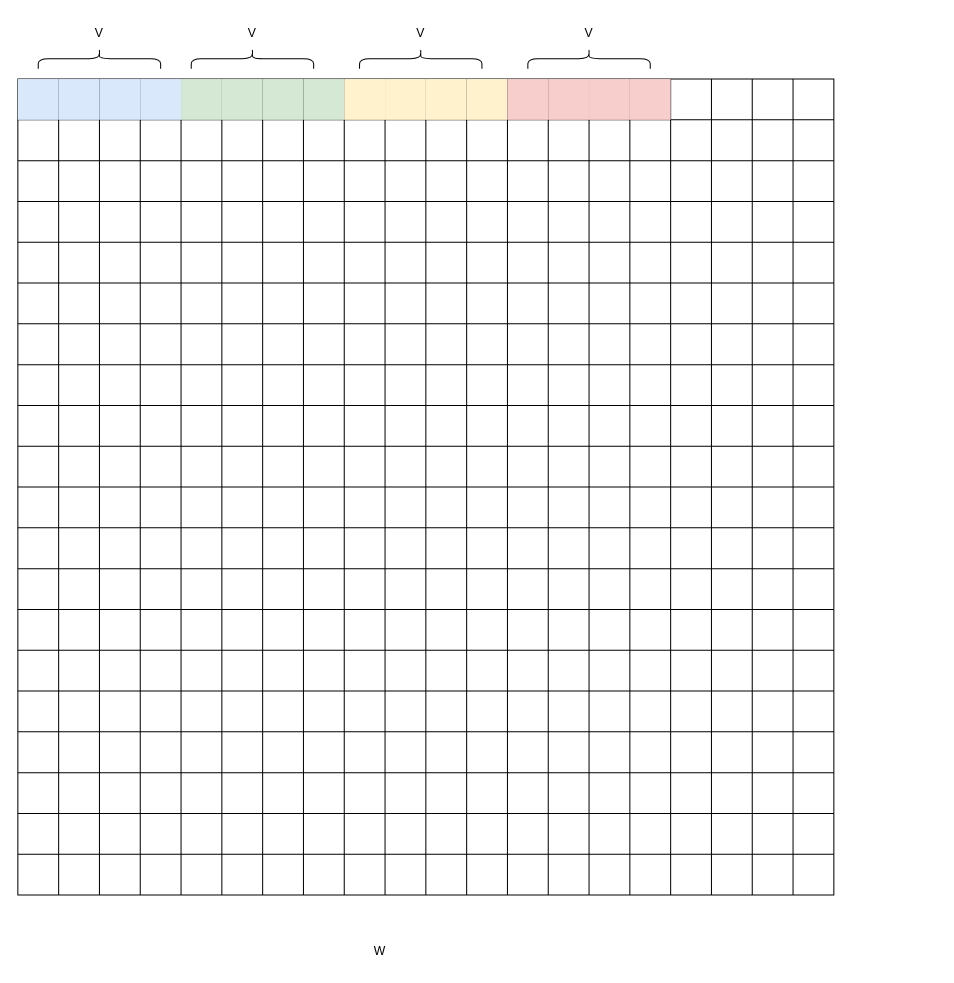
Before: page "MMV" (8 of 10) of Segformer.drawio in Devil-SX/draw-io, a draw.io diagram. Source tidied: cells renumbered, new cells numbered last; positions are measured from the earlier drawing's top-left corner, leaving out a move shared by most shapes. Both pictures are drawn from the tidied source at 102%, with x=0, y=0 at pixel (17, -3).
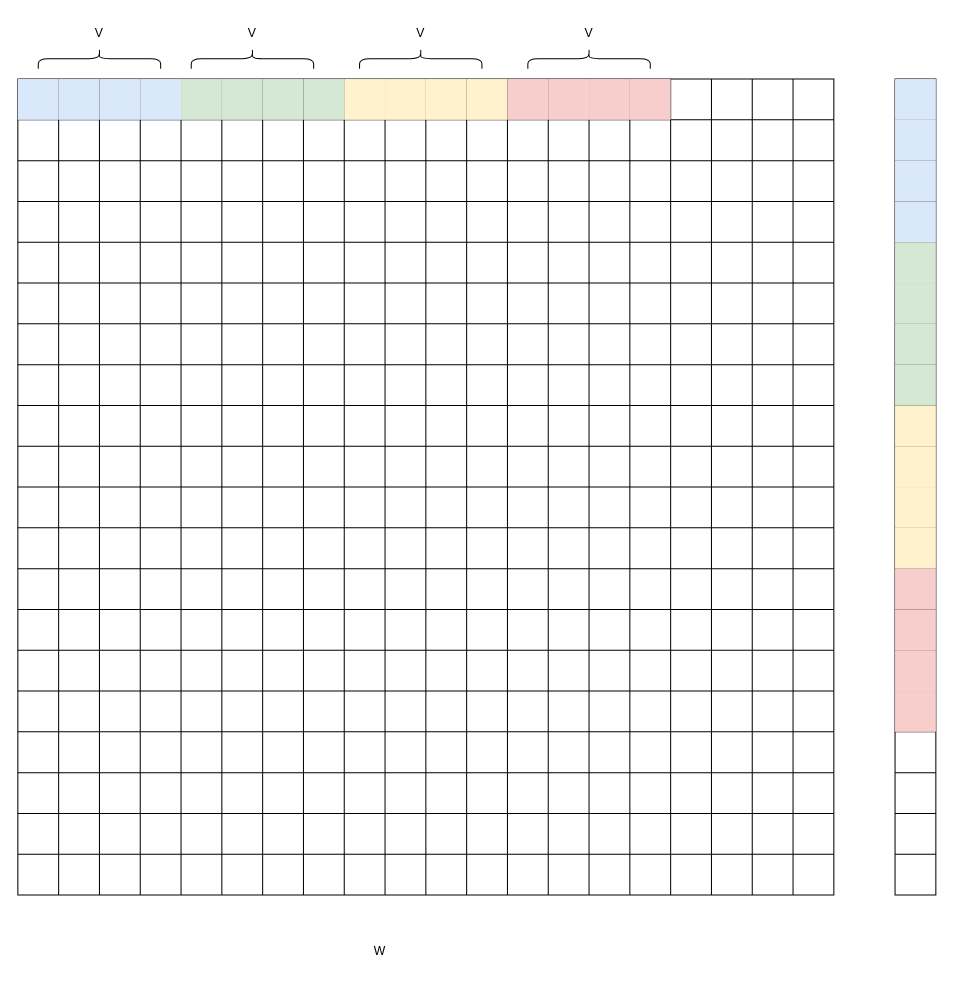
Above is the later version.

The edit, as a diff of the source:
```diff
@@
+    <mxCell id="432" style="shape=table;startSize=0;childLayout=tableLayout;" parent="1" vertex="1">
+      <mxGeometry x="860" y="80" width="40" height="800" as="geometry" />
+    </mxCell>
+    <mxCell id="433" style="shape=tableRow;horizontal=0;startSize=0;swimlaneHead=0;swimlaneBody=0;strokeColor=inherit;top=0;left=0;bottom=0;right=0;fillColor=none;" parent="432" vertex="1">
+      <mxGeometry width="40" height="40" as="geometry" />
+    </mxCell>
+    <mxCell id="434" style="shape=partialRectangle;html=1;whiteSpace=wrap;strokeColor=#6c8ebf;overflow=hidden;fillColor=#dae8fc;top=0;left=0;bottom=0;right=0;" parent="433" vertex="1">
+      <mxGeometry width="40" height="40" as="geometry" />
+    </mxCell>
+    <mxCell id="435" style="shape=tableRow;horizontal=0;startSize=0;swimlaneHead=0;swimlaneBody=0;strokeColor=inherit;top=0;left=0;bottom=0;right=0;fillColor=none;" parent="432" vertex="1">
+      <mxGeometry y="40" width="40" height="40" as="geometry" />
+    </mxCell>
+    <mxCell id="436" style="shape=partialRectangle;html=1;whiteSpace=wrap;strokeColor=#6c8ebf;overflow=hidden;fillColor=#dae8fc;top=0;left=0;bottom=0;right=0;" parent="435" vertex="1">
+      <mxGeometry width="40" height="40" as="geometry" />
+    </mxCell>
+    <mxCell id="437" style="shape=tableRow;horizontal=0;startSize=0;swimlaneHead=0;swimlaneBody=0;strokeColor=inherit;top=0;left=0;bottom=0;right=0;fillColor=none;" parent="432" vertex="1">
+      <mxGeometry y="80" width="40" height="40" as="geometry" />
+    </mxCell>
+    <mxCell id="438" style="shape=partialRectangle;html=1;whiteSpace=wrap;strokeColor=#6c8ebf;overflow=hidden;fillColor=#dae8fc;top=0;left=0;bottom=0;right=0;" parent="437" vertex="1">
+      <mxGeometry width="40" height="40" as="geometry" />
+    </mxCell>
+    <mxCell id="439" style="shape=tableRow;horizontal=0;startSize=0;swimlaneHead=0;swimlaneBody=0;strokeColor=inherit;top=0;left=0;bottom=0;right=0;fillColor=none;" parent="432" vertex="1">
+      <mxGeometry y="120" width="40" height="40" as="geometry" />
+    </mxCell>
+    <mxCell id="440" style="shape=partialRectangle;html=1;whiteSpace=wrap;strokeColor=#6c8ebf;overflow=hidden;fillColor=#dae8fc;top=0;left=0;bottom=0;right=0;" parent="439" vertex="1">
+      <mxGeometry width="40" height="40" as="geometry" />
+    </mxCell>
+    <mxCell id="441" style="shape=tableRow;horizontal=0;startSize=0;swimlaneHead=0;swimlaneBody=0;strokeColor=inherit;top=0;left=0;bottom=0;right=0;fillColor=none;" parent="432" vertex="1">
+      <mxGeometry y="160" width="40" height="40" as="geometry" />
+    </mxCell>
+    <mxCell id="442" style="shape=partialRectangle;html=1;whiteSpace=wrap;strokeColor=#82b366;overflow=hidden;fillColor=#d5e8d4;top=0;left=0;bottom=0;right=0;" parent="441" vertex="1">
+      <mxGeometry width="40" height="40" as="geometry" />
+    </mxCell>
+    <mxCell id="443" style="shape=tableRow;horizontal=0;startSize=0;swimlaneHead=0;swimlaneBody=0;strokeColor=inherit;top=0;left=0;bottom=0;right=0;fillColor=none;" parent="432" vertex="1">
+      <mxGeometry y="200" width="40" height="40" as="geometry" />
+    </mxCell>
+    <mxCell id="444" style="shape=partialRectangle;html=1;whiteSpace=wrap;strokeColor=#82b366;overflow=hidden;fillColor=#d5e8d4;top=0;left=0;bottom=0;right=0;" parent="443" vertex="1">
+      <mxGeometry width="40" height="40" as="geometry" />
+    </mxCell>
+    <mxCell id="445" style="shape=tableRow;horizontal=0;startSize=0;swimlaneHead=0;swimlaneBody=0;strokeColor=inherit;top=0;left=0;bottom=0;right=0;fillColor=none;" parent="432" vertex="1">
+      <mxGeometry y="240" width="40" height="40" as="geometry" />
+    </mxCell>
+    <mxCell id="446" style="shape=partialRectangle;html=1;whiteSpace=wrap;strokeColor=#82b366;overflow=hidden;fillColor=#d5e8d4;top=0;left=0;bottom=0;right=0;" parent="445" vertex="1">
+      <mxGeometry width="40" height="40" as="geometry" />
+    </mxCell>
+    <mxCell id="447" style="shape=tableRow;horizontal=0;startSize=0;swimlaneHead=0;swimlaneBody=0;strokeColor=inherit;top=0;left=0;bottom=0;right=0;fillColor=none;" parent="432" vertex="1">
+      <mxGeometry y="280" width="40" height="40" as="geometry" />
+    </mxCell>
+    <mxCell id="448" style="shape=partialRectangle;html=1;whiteSpace=wrap;strokeColor=#82b366;overflow=hidden;fillColor=#d5e8d4;top=0;left=0;bottom=0;right=0;" parent="447" vertex="1">
+      <mxGeometry width="40" height="40" as="geometry" />
+    </mxCell>
+    <mxCell id="449" style="shape=tableRow;horizontal=0;startSize=0;swimlaneHead=0;swimlaneBody=0;strokeColor=inherit;top=0;left=0;bottom=0;right=0;fillColor=none;" parent="432" vertex="1">
+      <mxGeometry y="320" width="40" height="40" as="geometry" />
+    </mxCell>
+    <mxCell id="450" style="shape=partialRectangle;html=1;whiteSpace=wrap;strokeColor=#d6b656;overflow=hidden;fillColor=#fff2cc;top=0;left=0;bottom=0;right=0;" parent="449" vertex="1">
+      <mxGeometry width="40" height="40" as="geometry" />
+    </mxCell>
+    <mxCell id="451" style="shape=tableRow;horizontal=0;startSize=0;swimlaneHead=0;swimlaneBody=0;strokeColor=inherit;top=0;left=0;bottom=0;right=0;fillColor=none;" parent="432" vertex="1">
+      <mxGeometry y="360" width="40" height="40" as="geometry" />
+    </mxCell>
+    <mxCell id="452" style="shape=partialRectangle;html=1;whiteSpace=wrap;strokeColor=#d6b656;overflow=hidden;fillColor=#fff2cc;top=0;left=0;bottom=0;right=0;" parent="451" vertex="1">
+      <mxGeometry width="40" height="40" as="geometry" />
+    </mxCell>
+    <mxCell id="453" style="shape=tableRow;horizontal=0;startSize=0;swimlaneHead=0;swimlaneBody=0;strokeColor=inherit;top=0;left=0;bottom=0;right=0;fillColor=none;" parent="432" vertex="1">
+      <mxGeometry y="400" width="40" height="40" as="geometry" />
+    </mxCell>
+    <mxCell id="454" style="shape=partialRectangle;html=1;whiteSpace=wrap;strokeColor=#d6b656;overflow=hidden;fillColor=#fff2cc;top=0;left=0;bottom=0;right=0;" parent="453" vertex="1">
+      <mxGeometry width="40" height="40" as="geometry" />
+    </mxCell>
+    <mxCell id="455" style="shape=tableRow;horizontal=0;startSize=0;swimlaneHead=0;swimlaneBody=0;strokeColor=inherit;top=0;left=0;bottom=0;right=0;fillColor=none;" parent="432" vertex="1">
+      <mxGeometry y="440" width="40" height="40" as="geometry" />
+    </mxCell>
+    <mxCell id="456" style="shape=partialRectangle;html=1;whiteSpace=wrap;strokeColor=#d6b656;overflow=hidden;fillColor=#fff2cc;top=0;left=0;bottom=0;right=0;" parent="455" vertex="1">
+      <mxGeometry width="40" height="40" as="geometry" />
+    </mxCell>
+    <mxCell id="457" style="shape=tableRow;horizontal=0;startSize=0;swimlaneHead=0;swimlaneBody=0;strokeColor=inherit;top=0;left=0;bottom=0;right=0;fillColor=none;" parent="432" vertex="1">
+      <mxGeometry y="480" width="40" height="40" as="geometry" />
+    </mxCell>
+    <mxCell id="458" style="shape=partialRectangle;html=1;whiteSpace=wrap;strokeColor=#b85450;overflow=hidden;fillColor=#f8cecc;top=0;left=0;bottom=0;right=0;" parent="457" vertex="1">
+      <mxGeometry width="40" height="40" as="geometry" />
+    </mxCell>
+    <mxCell id="459" style="shape=tableRow;horizontal=0;startSize=0;swimlaneHead=0;swimlaneBody=0;strokeColor=inherit;top=0;left=0;bottom=0;right=0;fillColor=none;" parent="432" vertex="1">
+      <mxGeometry y="520" width="40" height="40" as="geometry" />
+    </mxCell>
+    <mxCell id="460" style="shape=partialRectangle;html=1;whiteSpace=wrap;strokeColor=#b85450;overflow=hidden;fillColor=#f8cecc;top=0;left=0;bottom=0;right=0;" parent="459" vertex="1">
+      <mxGeometry width="40" height="40" as="geometry" />
+    </mxCell>
+    <mxCell id="461" style="shape=tableRow;horizontal=0;startSize=0;swimlaneHead=0;swimlaneBody=0;strokeColor=inherit;top=0;left=0;bottom=0;right=0;fillColor=none;" parent="432" vertex="1">
+      <mxGeometry y="560" width="40" height="40" as="geometry" />
+    </mxCell>
+    <mxCell id="462" style="shape=partialRectangle;html=1;whiteSpace=wrap;strokeColor=#b85450;overflow=hidden;fillColor=#f8cecc;top=0;left=0;bottom=0;right=0;" parent="461" vertex="1">
+      <mxGeometry width="40" height="40" as="geometry" />
+    </mxCell>
+    <mxCell id="463" style="shape=tableRow;horizontal=0;startSize=0;swimlaneHead=0;swimlaneBody=0;strokeColor=inherit;top=0;left=0;bottom=0;right=0;fillColor=none;" parent="432" vertex="1">
+      <mxGeometry y="600" width="40" height="40" as="geometry" />
+    </mxCell>
+    <mxCell id="464" style="shape=partialRectangle;html=1;whiteSpace=wrap;strokeColor=#b85450;overflow=hidden;fillColor=#f8cecc;top=0;left=0;bottom=0;right=0;" parent="463" vertex="1">
+      <mxGeometry width="40" height="40" as="geometry" />
+    </mxCell>
+    <mxCell id="465" style="shape=tableRow;horizontal=0;startSize=0;swimlaneHead=0;swimlaneBody=0;strokeColor=inherit;top=0;left=0;bottom=0;right=0;fillColor=none;" parent="432" vertex="1">
+      <mxGeometry y="640" width="40" height="40" as="geometry" />
+    </mxCell>
+    <mxCell id="466" style="shape=partialRectangle;html=1;whiteSpace=wrap;strokeColor=inherit;overflow=hidden;fillColor=none;top=0;left=0;bottom=0;right=0;" parent="465" vertex="1">
+      <mxGeometry width="40" height="40" as="geometry" />
+    </mxCell>
+    <mxCell id="467" style="shape=tableRow;horizontal=0;startSize=0;swimlaneHead=0;swimlaneBody=0;strokeColor=inherit;top=0;left=0;bottom=0;right=0;fillColor=none;" parent="432" vertex="1">
+      <mxGeometry y="680" width="40" height="40" as="geometry" />
+    </mxCell>
+    <mxCell id="468" style="shape=partialRectangle;html=1;whiteSpace=wrap;strokeColor=inherit;overflow=hidden;fillColor=none;top=0;left=0;bottom=0;right=0;" parent="467" vertex="1">
+      <mxGeometry width="40" height="40" as="geometry" />
+    </mxCell>
+    <mxCell id="469" style="shape=tableRow;horizontal=0;startSize=0;swimlaneHead=0;swimlaneBody=0;strokeColor=inherit;top=0;left=0;bottom=0;right=0;fillColor=none;" parent="432" vertex="1">
+      <mxGeometry y="720" width="40" height="40" as="geometry" />
+    </mxCell>
+    <mxCell id="470" style="shape=partialRectangle;html=1;whiteSpace=wrap;strokeColor=inherit;overflow=hidden;fillColor=none;top=0;left=0;bottom=0;right=0;" parent="469" vertex="1">
+      <mxGeometry width="40" height="40" as="geometry" />
+    </mxCell>
+    <mxCell id="471" style="shape=tableRow;horizontal=0;startSize=0;swimlaneHead=0;swimlaneBody=0;strokeColor=inherit;top=0;left=0;bottom=0;right=0;fillColor=none;" parent="432" vertex="1">
+      <mxGeometry y="760" width="40" height="40" as="geometry" />
+    </mxCell>
+    <mxCell id="472" style="shape=partialRectangle;html=1;whiteSpace=wrap;strokeColor=inherit;overflow=hidden;fillColor=none;top=0;left=0;bottom=0;right=0;" parent="471" vertex="1">
+      <mxGeometry width="40" height="40" as="geometry" />
+    </mxCell>
```
